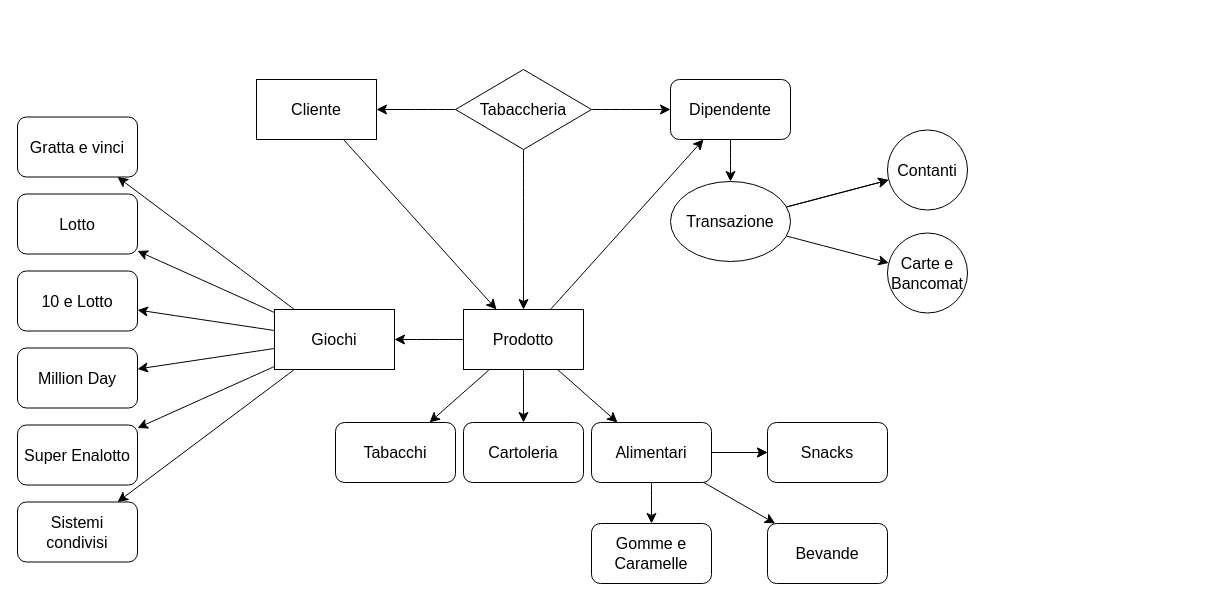
Above: md/Untitled Diagram.drawio in TheDarkBug/notes (draw.io), before the change. Source tidied: cells renumbered, new cells numbered last; positions are measured from the earlier drawing's top-left corner, leaving out a move shared by most shapes. Both pictures are drawn from the tidied source at 100%, with x=0, y=0 at pixel (17, 69).
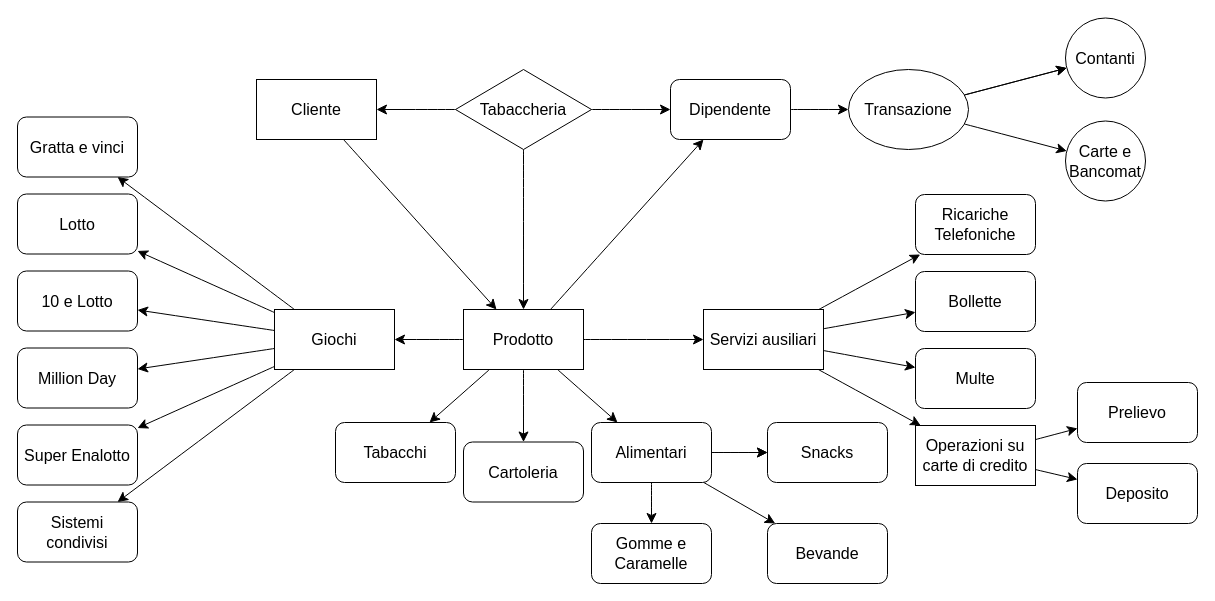
The same diagram, later.

Unchanged cells that the change refers to:
```xml
<mxCell id="7" value="&lt;div&gt;Dipendente&lt;/div&gt;" style="rounded=1;whiteSpace=wrap;html=1;fontSize=16;" parent="1" vertex="1">
  <mxGeometry x="653" y="10" width="120" height="60" as="geometry" />
</mxCell>
<mxCell id="17" value="&lt;div&gt;Prodotto&lt;/div&gt;" style="whiteSpace=wrap;html=1;fontSize=16;" parent="1" vertex="1">
  <mxGeometry x="446" y="240" width="120" height="60" as="geometry" />
</mxCell>
```

Diff of the diagram source:
```diff
@@
-    <mxCell id="6" style="edgeStyle=none;curved=1;rounded=0;jettySize=auto;html=1;entryX=0.5;entryY=0;entryDx=0;entryDy=0;fontSize=12;startSize=8;endSize=8;" parent="1" edge="1" source="7" target="11">
+    <mxCell id="6" style="edgeStyle=none;curved=1;rounded=0;jettySize=auto;html=1;fontSize=12;startSize=8;endSize=8;" parent="1" edge="1" source="7" target="11">
       <mxGeometry relative="1" as="geometry" />
     </mxCell>
@@
     <mxCell id="11" value="&lt;div&gt;Transazione&lt;/div&gt;" style="ellipse;whiteSpace=wrap;html=1;fontSize=16;" parent="1" vertex="1">
-      <mxGeometry x="653" y="112" width="120" height="80" as="geometry" />
+      <mxGeometry x="831" width="120" height="80" as="geometry" />
     </mxCell>
@@
+    <mxCell id="45" style="edgeStyle=none;curved=1;rounded=0;jettySize=auto;html=1;fontSize=12;startSize=8;endSize=8;" parent="1" edge="1" source="17" target="50">
+      <mxGeometry relative="1" as="geometry" />
+    </mxCell>
@@
     <mxCell id="19" value="Cartoleria" style="rounded=1;whiteSpace=wrap;html=1;fontSize=16;" parent="1" vertex="1">
-      <mxGeometry x="446" y="353" width="120" height="60" as="geometry" />
+      <mxGeometry x="446" y="372.5" width="120" height="60" as="geometry" />
     </mxCell>
@@
     <mxCell id="43" value="&lt;div&gt;Contanti&lt;/div&gt;" style="ellipse;whiteSpace=wrap;html=1;fontSize=16;" parent="1" vertex="1">
-      <mxGeometry x="870" y="60.5" width="80" height="80" as="geometry" />
+      <mxGeometry x="1048" y="-51.5" width="80" height="80" as="geometry" />
     </mxCell>
     <mxCell id="44" value="&lt;div&gt;Carte e Bancomat&lt;/div&gt;" style="ellipse;whiteSpace=wrap;html=1;fontSize=16;" parent="1" vertex="1">
-      <mxGeometry x="870" y="163.5" width="80" height="80" as="geometry" />
+      <mxGeometry x="1048" y="51.5" width="80" height="80" as="geometry" />
     </mxCell>
+    <mxCell id="46" style="edgeStyle=none;curved=1;rounded=0;jettySize=auto;html=1;fontSize=12;startSize=8;endSize=8;" parent="1" edge="1" source="50" target="52">
+      <mxGeometry relative="1" as="geometry" />
+    </mxCell>
+    <mxCell id="47" style="edgeStyle=none;curved=1;rounded=0;jettySize=auto;html=1;fontSize=12;startSize=8;endSize=8;" parent="1" edge="1" source="50" target="51">
+      <mxGeometry relative="1" as="geometry" />
+    </mxCell>
+    <mxCell id="48" style="edgeStyle=none;curved=1;rounded=0;jettySize=auto;html=1;fontSize=12;startSize=8;endSize=8;" parent="1" edge="1" source="50" target="53">
+      <mxGeometry relative="1" as="geometry" />
+    </mxCell>
+    <mxCell id="49" style="edgeStyle=none;curved=1;rounded=0;jettySize=auto;html=1;fontSize=12;startSize=8;endSize=8;" parent="1" edge="1" source="50" target="56">
+      <mxGeometry relative="1" as="geometry" />
+    </mxCell>
+    <mxCell id="50" value="Servizi ausiliari" style="whiteSpace=wrap;html=1;fontSize=16;" parent="1" vertex="1">
+      <mxGeometry x="686" y="240" width="120" height="60" as="geometry" />
+    </mxCell>
+    <mxCell id="51" value="Bollette" style="rounded=1;whiteSpace=wrap;html=1;fontSize=16;" parent="1" vertex="1">
+      <mxGeometry x="898" y="202" width="120" height="60" as="geometry" />
+    </mxCell>
+    <mxCell id="52" value="Ricariche Telefoniche" style="rounded=1;whiteSpace=wrap;html=1;fontSize=16;" parent="1" vertex="1">
+      <mxGeometry x="898" y="125" width="120" height="60" as="geometry" />
+    </mxCell>
+    <mxCell id="53" value="Multe" style="rounded=1;whiteSpace=wrap;html=1;fontSize=16;" parent="1" vertex="1">
+      <mxGeometry x="898" y="279" width="120" height="60" as="geometry" />
+    </mxCell>
+    <mxCell id="54" style="edgeStyle=none;curved=1;rounded=0;jettySize=auto;html=1;fontSize=12;startSize=8;endSize=8;" parent="1" edge="1" source="56" target="57">
+      <mxGeometry relative="1" as="geometry" />
+    </mxCell>
+    <mxCell id="55" style="edgeStyle=none;curved=1;rounded=0;jettySize=auto;html=1;fontSize=12;startSize=8;endSize=8;" parent="1" edge="1" source="56" target="58">
+      <mxGeometry relative="1" as="geometry" />
+    </mxCell>
+    <mxCell id="56" value="Operazioni su carte di credito" style="rounded=0;whiteSpace=wrap;html=1;fontSize=16;" parent="1" vertex="1">
+      <mxGeometry x="898" y="356" width="120" height="60" as="geometry" />
+    </mxCell>
+    <mxCell id="57" value="&lt;div&gt;Prelievo&lt;/div&gt;" style="rounded=1;whiteSpace=wrap;html=1;fontSize=16;" parent="1" vertex="1">
+      <mxGeometry x="1060" y="313" width="120" height="60" as="geometry" />
+    </mxCell>
+    <mxCell id="58" value="Deposito" style="rounded=1;whiteSpace=wrap;html=1;fontSize=16;" parent="1" vertex="1">
+      <mxGeometry x="1060" y="394" width="120" height="60" as="geometry" />
+    </mxCell>
```
